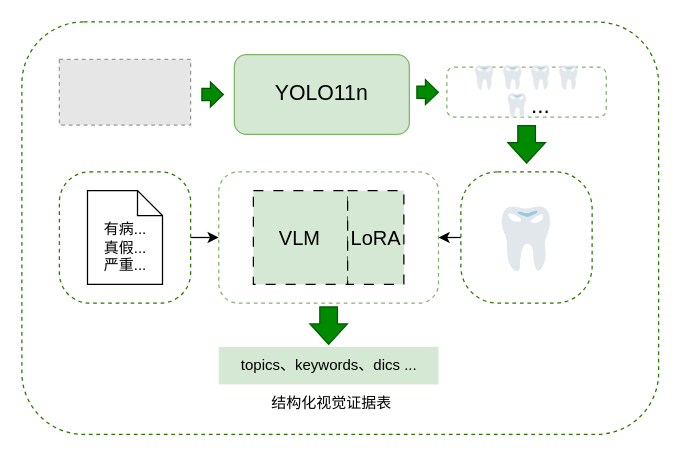
Earlier version of the draw.io diagram ThesisProposal/draft/开题报告-cc-v5/figures_v3/图7视觉-语言证据对齐.drawio (XiaoHG/medical-report-generation). Source tidied: cells renumbered, new cells numbered last; positions are measured from the earlier drawing's top-left corner, leaving out a move shared by most shapes. Both pictures are drawn from the tidied source at 125%, with x=0, y=0 at pixel (21, 21). Pictures stored in the file or linked from it are replaced by grey dashed boxes.
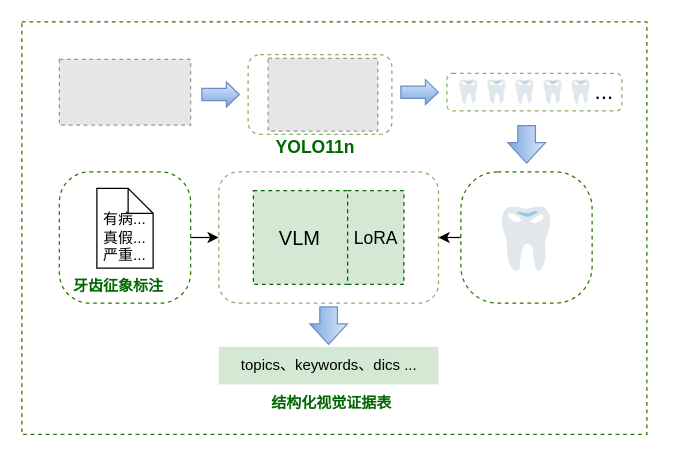
Above is the later version.

What changed in the source:
```diff
@@
-    <mxCell id="2" style="rounded=1;whiteSpace=wrap;html=1;roundedPerimeter=1;fillColor=light-dark(#FFFFFF,#FFFFFF);dashed=1;fontColor=#ffffff;strokeColor=#2D7600;" parent="1" vertex="1">
-      <mxGeometry width="509.4" height="330" as="geometry" />
+    <mxCell id="2" style="rounded=1;whiteSpace=wrap;html=1;roundedPerimeter=1;fillColor=light-dark(#FFFFFF,#FFFFFF);dashed=1;fontColor=#ffffff;strokeColor=#2D7600;arcSize=0;" parent="1" vertex="1">
+      <mxGeometry width="500" height="330" as="geometry" />
     </mxCell>
@@
-    <mxCell id="5" value="YOLO11n" style="rounded=1;whiteSpace=wrap;html=1;roundedPerimeter=1;fillColor=#d5e8d4;strokeColor=#82b366;fontSize=17;" parent="1" vertex="1">
-      <mxGeometry x="170" y="26.2" width="140" height="63.8" as="geometry" />
+    <mxCell id="5" style="rounded=1;whiteSpace=wrap;html=1;roundedPerimeter=1;fillColor=none;strokeColor=#82b366;fontSize=17;dashed=1;" parent="1" vertex="1">
+      <mxGeometry x="181" y="26.2" width="115" height="63.8" as="geometry" />
     </mxCell>
@@
     <mxCell id="10" value="&lt;br&gt;有病...&lt;br&gt;真假...&lt;br&gt;严重..." style="shape=note;size=20;whiteSpace=wrap;html=1;" parent="1" vertex="1">
-      <mxGeometry x="52.5" y="135" width="60" height="75" as="geometry" />
+      <mxGeometry x="60" y="133.1" width="45" height="63.8" as="geometry" />
     </mxCell>
-    <mxCell id="11" value="VLM" style="rounded=0;whiteSpace=wrap;html=1;dashed=1;dashPattern=8 8;fontSize=16;fillColor=#d5e8d4;strokeColor=default;" parent="1" vertex="1">
+    <mxCell id="11" value="VLM" style="rounded=0;whiteSpace=wrap;html=1;dashed=1;fontSize=16;fillColor=#d5e8d4;strokeColor=#006600;" parent="1" vertex="1">
       <mxGeometry x="185.2" y="135" width="75.4" height="75" as="geometry" />
     </mxCell>
     <mxCell id="12" value="&lt;font style=&quot;font-size: 18px;&quot;&gt;🦷&lt;/font&gt;&lt;span style=&quot;font-size: 18px;&quot;&gt;🦷&lt;/span&gt;&lt;span style=&quot;font-size: 18px;&quot;&gt;🦷&lt;/span&gt;&lt;span style=&quot;font-size: 18px;&quot;&gt;🦷&lt;/span&gt;&lt;span style=&quot;font-size: 18px;&quot;&gt;🦷&lt;/span&gt;&lt;span style=&quot;font-size: 18px;&quot;&gt;...&lt;/span&gt;" style="rounded=1;whiteSpace=wrap;html=1;dashed=1;fillColor=none;roundedPerimeter=1;strokeColor=#82b366;" parent="1" vertex="1">
-      <mxGeometry x="340" y="36.2" width="127.5" height="40" as="geometry" />
+      <mxGeometry x="340" y="41.2" width="140" height="30" as="geometry" />
     </mxCell>
-    <mxCell id="13" style="html=1;shadow=0;dashed=0;align=center;verticalAlign=middle;shape=mxgraph.arrows2.arrow;dy=0.51;dx=10.35;notch=0;fillColor=#008a00;strokeColor=#005700;fontColor=#ffffff;" parent="1" vertex="1">
-      <mxGeometry x="144" y="48.1" width="17.2" height="20" as="geometry" />
+    <mxCell id="13" style="html=1;shadow=0;dashed=0;align=center;verticalAlign=middle;shape=mxgraph.arrows2.arrow;dy=0.51;dx=10.35;notch=0;fillColor=#dae8fc;strokeColor=#6c8ebf;gradientColor=#7ea6e0;" parent="1" vertex="1">
+      <mxGeometry x="144" y="48.1" width="30" height="20" as="geometry" />
     </mxCell>
-    <mxCell id="14" style="html=1;shadow=0;dashed=0;align=center;verticalAlign=middle;shape=mxgraph.arrows2.arrow;dy=0.51;dx=10.35;notch=0;fillColor=#008a00;strokeColor=#005700;fontColor=#ffffff;" parent="1" vertex="1">
-      <mxGeometry x="316" y="46.2" width="17.2" height="20" as="geometry" />
+    <mxCell id="14" style="html=1;shadow=0;dashed=0;align=center;verticalAlign=middle;shape=mxgraph.arrows2.arrow;dy=0.51;dx=10.35;notch=0;fillColor=#dae8fc;strokeColor=#6c8ebf;gradientColor=#7ea6e0;" parent="1" vertex="1">
+      <mxGeometry x="303.2" y="46.2" width="30" height="20" as="geometry" />
     </mxCell>
-    <mxCell id="15" value="LoRA" style="rounded=0;whiteSpace=wrap;html=1;dashed=1;dashPattern=8 8;fontSize=16;fillColor=#d5e8d4;strokeColor=default;" parent="1" vertex="1">
+    <mxCell id="15" value="LoRA" style="rounded=0;whiteSpace=wrap;html=1;dashed=1;fontSize=14;fillColor=#d5e8d4;strokeColor=#006600;" parent="1" vertex="1">
       <mxGeometry x="260.6" y="135" width="45" height="75" as="geometry" />
     </mxCell>
@@
-    <mxCell id="17" value="结构化视觉证据表" style="text;html=1;whiteSpace=wrap;strokeColor=none;fillColor=none;align=center;verticalAlign=middle;rounded=0;fontColor=light-dark(#000000,#1A1A1A);" parent="1" vertex="1">
+    <mxCell id="17" value="结构化视觉证据表" style="text;html=1;whiteSpace=wrap;strokeColor=none;fillColor=none;align=center;verticalAlign=middle;rounded=0;fontColor=light-dark(#006600,#1A1A1A);fontStyle=1;" parent="1" vertex="1">
       <mxGeometry x="162.9" y="290" width="170.4" height="30" as="geometry" />
     </mxCell>
-    <mxCell id="18" style="html=1;shadow=0;dashed=0;align=center;verticalAlign=middle;shape=mxgraph.arrows2.arrow;dy=0.53;dx=16.35;direction=south;notch=0;fillColor=#008a00;strokeColor=#005700;fontColor=#ffffff;" parent="1" vertex="1">
+    <mxCell id="18" style="html=1;shadow=0;dashed=0;align=center;verticalAlign=middle;shape=mxgraph.arrows2.arrow;dy=0.53;dx=16.35;direction=south;notch=0;fillColor=#dae8fc;strokeColor=#6c8ebf;gradientColor=#7ea6e0;" parent="1" vertex="1">
       <mxGeometry x="388.8" y="83" width="30" height="30" as="geometry" />
     </mxCell>
-    <mxCell id="19" style="html=1;shadow=0;dashed=0;align=center;verticalAlign=middle;shape=mxgraph.arrows2.arrow;dy=0.53;dx=16.35;direction=south;notch=0;fillColor=#008a00;strokeColor=#005700;fontColor=#ffffff;" parent="1" vertex="1">
+    <mxCell id="19" style="html=1;shadow=0;dashed=0;align=center;verticalAlign=middle;shape=mxgraph.arrows2.arrow;dy=0.53;dx=16.35;direction=south;notch=0;fillColor=#dae8fc;strokeColor=#6c8ebf;gradientColor=#7ea6e0;" parent="1" vertex="1">
       <mxGeometry x="230.4" y="228" width="30" height="30" as="geometry" />
     </mxCell>
+    <mxCell id="20" value="牙齿征象标注" style="text;html=1;whiteSpace=wrap;strokeColor=none;fillColor=none;align=center;verticalAlign=middle;rounded=0;fontColor=#006600;fontStyle=1;" parent="1" vertex="1">
+      <mxGeometry x="40" y="196.9" width="75.4" height="30" as="geometry" />
+    </mxCell>
+    <mxCell id="21" style="fillColor=#E6E6E6;strokeColor=#999999;dashed=1;verticalLabelPosition=bottom;labelBackgroundColor=default;verticalAlign=top;" parent="1" vertex="1">
+      <mxGeometry x="197" y="29.2" width="87.7" height="58.1" as="geometry" />
+    </mxCell>
+    <mxCell id="22" value="&lt;span&gt;YOLO11n&lt;/span&gt;" style="text;html=1;whiteSpace=wrap;strokeColor=none;fillColor=none;align=center;verticalAlign=middle;rounded=0;fontSize=14;fontColor=light-dark(#006600,#1A1A1A);fontStyle=1;" parent="1" vertex="1">
+      <mxGeometry x="200" y="90" width="70" height="20" as="geometry" />
+    </mxCell>
```
